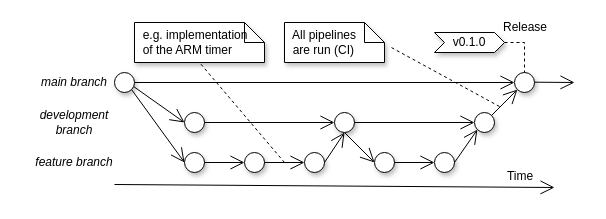
Above: docs/diagrams/branching_strategy.drawio in silhavyj/ZeroMate (draw.io), before the change. Source tidied: cells renumbered, new cells numbered last; positions are measured from the earlier drawing's top-left corner, leaving out a move shared by most shapes. Both pictures are drawn from the tidied source at 100%, with x=0, y=0 at pixel (29, 17).
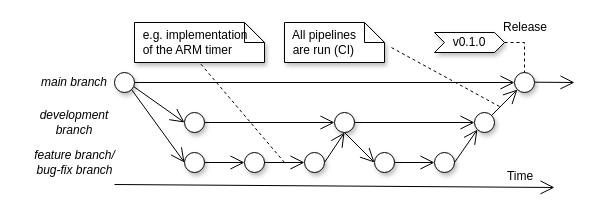
The same diagram, later.

What changed in the source:
```diff
@@
-    <mxCell id="31" value="feature branch" style="text;html=1;strokeColor=none;fillColor=none;align=center;verticalAlign=middle;whiteSpace=wrap;rounded=0;fontFamily=Computer Modern;fontStyle=2;" parent="1" vertex="1">
-      <mxGeometry y="135" width="90" height="20" as="geometry" />
+    <mxCell id="31" value="feature branch/&lt;br&gt;bug-fix branch" style="text;html=1;strokeColor=none;fillColor=none;align=center;verticalAlign=middle;whiteSpace=wrap;rounded=0;fontFamily=Computer Modern;fontStyle=2;" parent="1" vertex="1">
+      <mxGeometry x="-12.5" y="135" width="115" height="20" as="geometry" />
     </mxCell>
```
